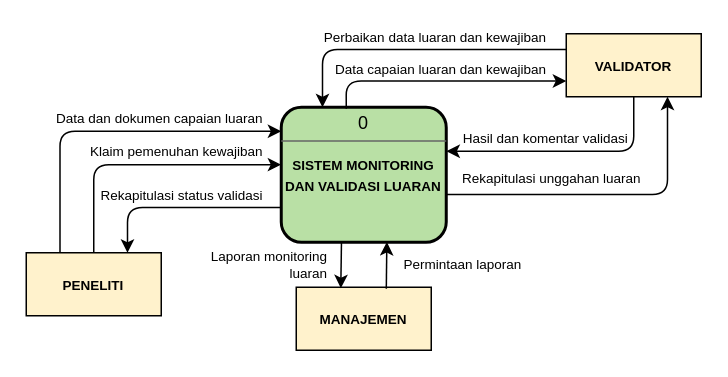
Before: page "Context Diagram" (1 of 3) of Monitoring Luaran.drawio in krizal8749-ops/Ideabox, a draw.io diagram. Source tidied: cells renumbered, new cells numbered last; positions are measured from the earlier drawing's top-left corner, leaving out a move shared by most shapes. Both pictures are drawn from the tidied source at 150%, with x=0, y=0 at pixel (26, 26).
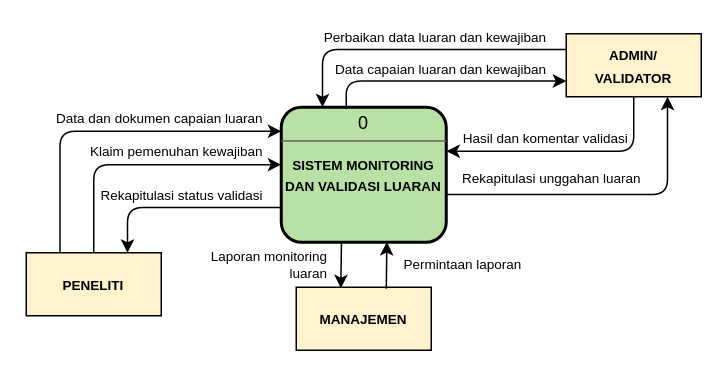
After the change.

Change to the diagram source:
```diff
@@
-    <mxCell id="7" value="&lt;font style=&quot;font-size: 9px;&quot;&gt;&lt;b style=&quot;&quot;&gt;VALIDATOR&lt;/b&gt;&lt;/font&gt;" style="html=1;dashed=0;whiteSpace=wrap;fillColor=#FFF2CC;" parent="1" vertex="1">
+    <mxCell id="7" value="&lt;font style=&quot;font-size: 9px;&quot;&gt;&lt;b style=&quot;&quot;&gt;ADMIN/&lt;/b&gt;&lt;/font&gt;&lt;div&gt;&lt;font style=&quot;font-size: 9px;&quot;&gt;&lt;b style=&quot;&quot;&gt;VALIDATOR&lt;/b&gt;&lt;/font&gt;&lt;/div&gt;" style="html=1;dashed=0;whiteSpace=wrap;fillColor=#FFF2CC;" parent="1" vertex="1">
       <mxGeometry x="360" y="5" width="90" height="42" as="geometry" />
     </mxCell>
```
